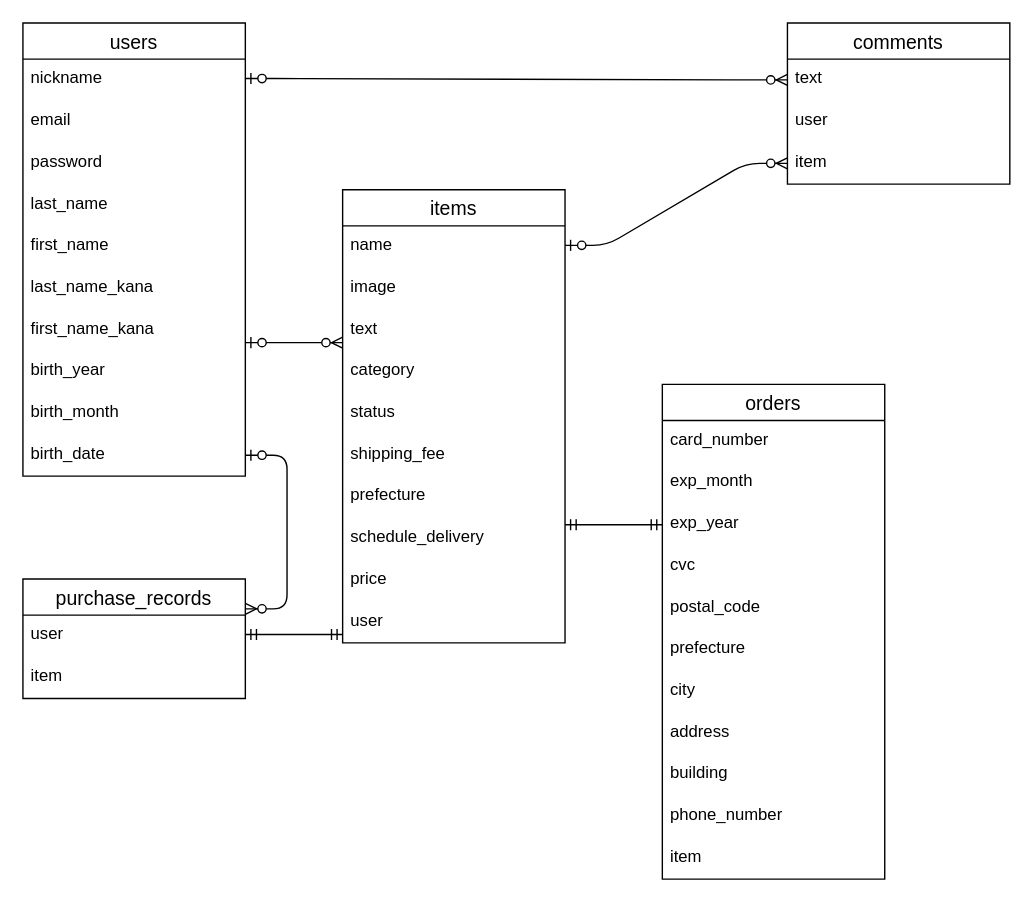
Above: furima.dio in pii-programmer/furima-35568 (draw.io), before the change. Source tidied: cells renumbered, new cells numbered last; positions are measured from the earlier drawing's top-left corner, leaving out a move shared by most shapes. Both pictures are drawn from the tidied source at 139%, with x=0, y=0 at pixel (22, 22).
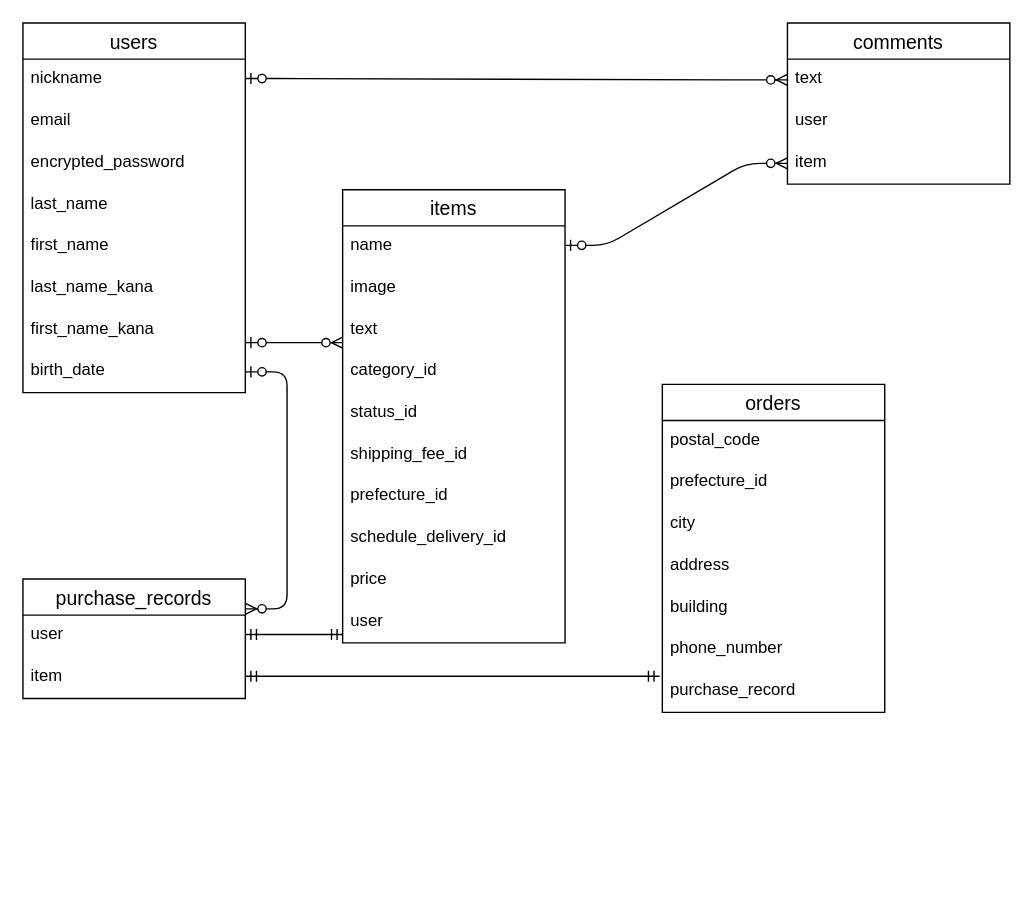
Above is the later version.

The change refers to these unchanged cells:
```xml
<mxCell id="13" value="items" style="swimlane;fontStyle=0;horizontal=1;startSize=26;align=center;fontSize=14;" parent="1" vertex="1">
  <mxGeometry x="230" y="120" width="160" height="326" as="geometry" />
</mxCell>
```

The edit, as a diff of the source:
```diff
@@
     <mxCell id="2" value="users" style="swimlane;fontStyle=0;horizontal=1;startSize=26;align=center;fontSize=14;" parent="1" vertex="1">
-      <mxGeometry width="160" height="326" as="geometry" />
+      <mxGeometry width="160" height="266" as="geometry" />
     </mxCell>
@@
-    <mxCell id="5" value="password" style="text;strokeColor=none;fillColor=none;spacingLeft=4;spacingRight=4;overflow=hidden;fontSize=12;" parent="2" vertex="1">
+    <mxCell id="5" value="encrypted_password" style="text;strokeColor=none;fillColor=none;spacingLeft=4;spacingRight=4;overflow=hidden;fontSize=12;" parent="2" vertex="1">
       <mxGeometry y="86" width="160" height="30" as="geometry" />
     </mxCell>
@@
-    <mxCell id="10" value="birth_year" style="text;strokeColor=none;fillColor=none;spacingLeft=4;spacingRight=4;overflow=hidden;fontSize=12;" parent="2" vertex="1">
-      <mxGeometry y="236" width="160" height="30" as="geometry" />
-    </mxCell>
-    <mxCell id="11" value="birth_month" style="text;strokeColor=none;fillColor=none;spacingLeft=4;spacingRight=4;overflow=hidden;fontSize=12;" parent="2" vertex="1">
-      <mxGeometry y="266" width="160" height="30" as="geometry" />
-    </mxCell>
     <mxCell id="12" value="birth_date" style="text;strokeColor=none;fillColor=none;spacingLeft=4;spacingRight=4;overflow=hidden;points=[[0,0.5],[1,0.5]];portConstraint=eastwest;fontSize=12;" parent="2" vertex="1">
-      <mxGeometry y="296" width="160" height="30" as="geometry" />
+      <mxGeometry y="236" width="160" height="30" as="geometry" />
     </mxCell>
@@
-    <mxCell id="17" value="category" style="text;strokeColor=none;fillColor=none;spacingLeft=4;spacingRight=4;overflow=hidden;fontSize=12;" parent="13" vertex="1">
+    <mxCell id="17" value="category_id" style="text;strokeColor=none;fillColor=none;spacingLeft=4;spacingRight=4;overflow=hidden;fontSize=12;" parent="13" vertex="1">
       <mxGeometry y="116" width="160" height="30" as="geometry" />
     </mxCell>
-    <mxCell id="18" value="status" style="text;strokeColor=none;fillColor=none;spacingLeft=4;spacingRight=4;overflow=hidden;fontSize=12;" parent="13" vertex="1">
+    <mxCell id="18" value="status_id" style="text;strokeColor=none;fillColor=none;spacingLeft=4;spacingRight=4;overflow=hidden;fontSize=12;" parent="13" vertex="1">
       <mxGeometry y="146" width="160" height="30" as="geometry" />
     </mxCell>
-    <mxCell id="19" value="shipping_fee" style="text;strokeColor=none;fillColor=none;spacingLeft=4;spacingRight=4;overflow=hidden;fontSize=12;" parent="13" vertex="1">
+    <mxCell id="19" value="shipping_fee_id" style="text;strokeColor=none;fillColor=none;spacingLeft=4;spacingRight=4;overflow=hidden;fontSize=12;" parent="13" vertex="1">
       <mxGeometry y="176" width="160" height="30" as="geometry" />
     </mxCell>
-    <mxCell id="20" value="prefecture" style="text;strokeColor=none;fillColor=none;spacingLeft=4;spacingRight=4;overflow=hidden;fontSize=12;" parent="13" vertex="1">
+    <mxCell id="20" value="prefecture_id" style="text;strokeColor=none;fillColor=none;spacingLeft=4;spacingRight=4;overflow=hidden;fontSize=12;" parent="13" vertex="1">
       <mxGeometry y="206" width="160" height="30" as="geometry" />
     </mxCell>
-    <mxCell id="21" value="schedule_delivery" style="text;strokeColor=none;fillColor=none;spacingLeft=4;spacingRight=4;overflow=hidden;fontSize=12;" parent="13" vertex="1">
+    <mxCell id="21" value="schedule_delivery_id" style="text;strokeColor=none;fillColor=none;spacingLeft=4;spacingRight=4;overflow=hidden;fontSize=12;" parent="13" vertex="1">
       <mxGeometry y="236" width="160" height="30" as="geometry" />
     </mxCell>
@@
     <mxCell id="24" value="orders" style="swimlane;fontStyle=0;horizontal=1;startSize=26;align=center;fontSize=14;" parent="1" vertex="1">
-      <mxGeometry x="460" y="260" width="160" height="356" as="geometry" />
+      <mxGeometry x="460" y="260" width="160" height="236" as="geometry" />
     </mxCell>
-    <mxCell id="25" value="card_number" style="text;strokeColor=none;fillColor=none;spacingLeft=4;spacingRight=4;overflow=hidden;fontSize=12;" parent="24" vertex="1">
-      <mxGeometry y="26" width="160" height="30" as="geometry" />
-    </mxCell>
-    <mxCell id="26" value="exp_month" style="text;strokeColor=none;fillColor=none;spacingLeft=4;spacingRight=4;overflow=hidden;fontSize=12;" parent="24" vertex="1">
-      <mxGeometry y="56" width="160" height="30" as="geometry" />
-    </mxCell>
-    <mxCell id="27" value="exp_year" style="text;strokeColor=none;fillColor=none;spacingLeft=4;spacingRight=4;overflow=hidden;points=[[0,0.5],[1,0.5]];portConstraint=eastwest;fontSize=12;" parent="24" vertex="1">
-      <mxGeometry y="86" width="160" height="30" as="geometry" />
-    </mxCell>
-    <mxCell id="28" value="cvc" style="text;strokeColor=none;fillColor=none;spacingLeft=4;spacingRight=4;overflow=hidden;fontSize=12;" parent="24" vertex="1">
-      <mxGeometry y="116" width="160" height="30" as="geometry" />
-    </mxCell>
     <mxCell id="29" value="postal_code" style="text;strokeColor=none;fillColor=none;spacingLeft=4;spacingRight=4;overflow=hidden;fontSize=12;" parent="24" vertex="1">
-      <mxGeometry y="146" width="160" height="30" as="geometry" />
+      <mxGeometry y="26" width="160" height="30" as="geometry" />
     </mxCell>
-    <mxCell id="30" value="prefecture" style="text;strokeColor=none;fillColor=none;spacingLeft=4;spacingRight=4;overflow=hidden;fontSize=12;" parent="24" vertex="1">
-      <mxGeometry y="176" width="160" height="30" as="geometry" />
+    <mxCell id="30" value="prefecture_id" style="text;strokeColor=none;fillColor=none;spacingLeft=4;spacingRight=4;overflow=hidden;fontSize=12;" parent="24" vertex="1">
+      <mxGeometry y="56" width="160" height="30" as="geometry" />
     </mxCell>
     <mxCell id="31" value="city" style="text;strokeColor=none;fillColor=none;spacingLeft=4;spacingRight=4;overflow=hidden;fontSize=12;" parent="24" vertex="1">
-      <mxGeometry y="206" width="160" height="30" as="geometry" />
+      <mxGeometry y="86" width="160" height="30" as="geometry" />
     </mxCell>
     <mxCell id="32" value="address" style="text;strokeColor=none;fillColor=none;spacingLeft=4;spacingRight=4;overflow=hidden;fontSize=12;" parent="24" vertex="1">
-      <mxGeometry y="236" width="160" height="30" as="geometry" />
+      <mxGeometry y="116" width="160" height="30" as="geometry" />
     </mxCell>
     <mxCell id="33" value="building" style="text;strokeColor=none;fillColor=none;spacingLeft=4;spacingRight=4;overflow=hidden;fontSize=12;" parent="24" vertex="1">
-      <mxGeometry y="266" width="160" height="30" as="geometry" />
+      <mxGeometry y="146" width="160" height="30" as="geometry" />
     </mxCell>
     <mxCell id="34" value="phone_number" style="text;strokeColor=none;fillColor=none;spacingLeft=4;spacingRight=4;overflow=hidden;fontSize=12;" parent="24" vertex="1">
-      <mxGeometry y="296" width="160" height="30" as="geometry" />
+      <mxGeometry y="176" width="160" height="30" as="geometry" />
     </mxCell>
-    <mxCell id="35" value="item" style="text;strokeColor=none;fillColor=none;spacingLeft=4;spacingRight=4;overflow=hidden;fontSize=12;" parent="24" vertex="1">
-      <mxGeometry y="326" width="160" height="30" as="geometry" />
-    </mxCell>
+    <mxCell id="49" value="purchase_record" style="text;strokeColor=none;fillColor=none;spacingLeft=4;spacingRight=4;overflow=hidden;fontSize=12;" parent="24" vertex="1">
+      <mxGeometry y="206" width="160" height="30" as="geometry" />
+    </mxCell>
@@
-    <mxCell id="41" style="edgeStyle=entityRelationEdgeStyle;fontSize=12;html=1;endArrow=ERmandOne;startArrow=ERmandOne;entryX=0;entryY=0.5;entryDx=0;entryDy=0;" parent="1" edge="1" target="27">
-      <mxGeometry relative="1" as="geometry">
-        <mxPoint x="390" y="361" as="sourcePoint" />
-      </mxGeometry>
-    </mxCell>
@@
+    <mxCell id="50" style="edgeStyle=entityRelationEdgeStyle;fontSize=12;html=1;endArrow=ERmandOne;startArrow=ERmandOne;" parent="1" edge="1">
+      <mxGeometry relative="1" as="geometry">
+        <mxPoint x="160" y="470" as="sourcePoint" />
+        <mxPoint x="458" y="470" as="targetPoint" />
+      </mxGeometry>
+    </mxCell>
```
